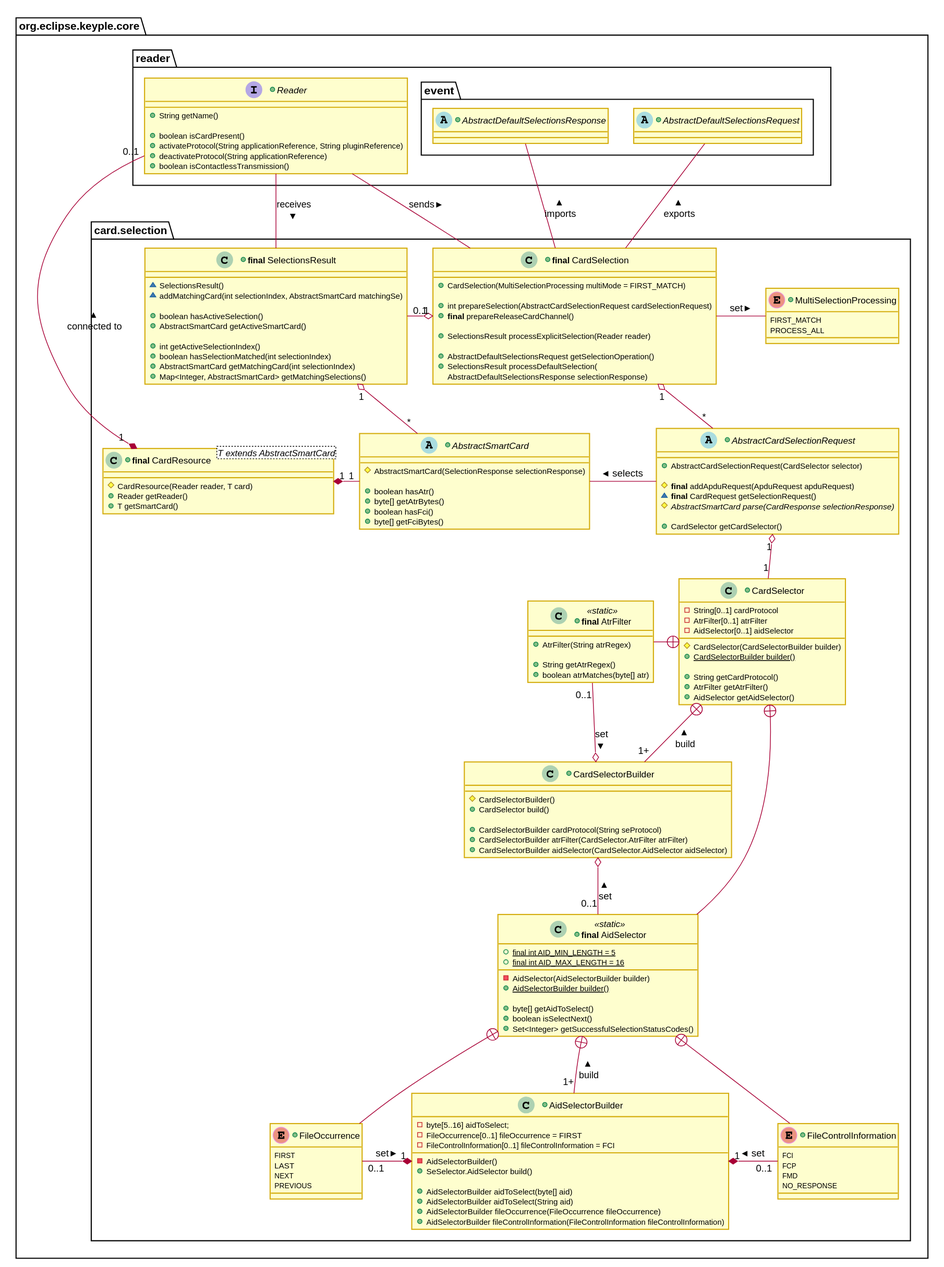
Above: docs/KeypleCoreApi/img/KeypleCore_CardSelection_ClassDiag_SelectorAndSelection_1_0_0.svg in calypsonet/keyple (PlantUML), before the change.
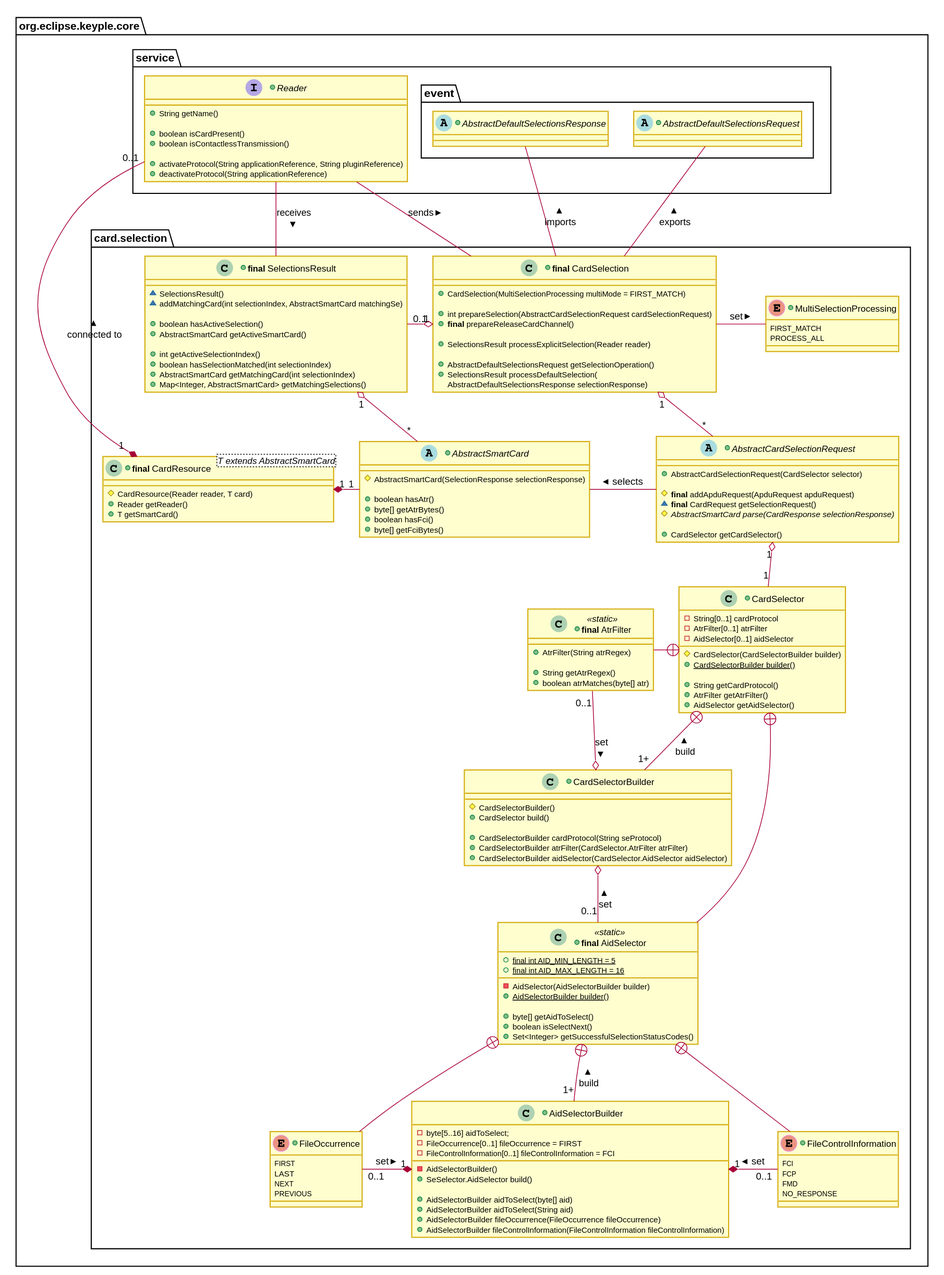
Above is the later version.

Commit message:
Renam package reader to service

Diff of the diagram source:
```diff
@@ -31,14 +31,15 @@
 hide <<grey>> stereotype
 
 package org.eclipse.keyple.core #FFFFFF {
-  package "reader" as reader_even #FFFFFF {
+  package "service" as reader_even #FFFFFF {
 +interface Reader {
   +String getName()
 
   +boolean isCardPresent()
+  +boolean isContactlessTransmission()
+
   +activateProtocol(String applicationReference, String pluginReference)
   +deactivateProtocol(String applicationReference)
-  +boolean isContactlessTransmission()
 }
 
     package event #FFFFFF {
```
